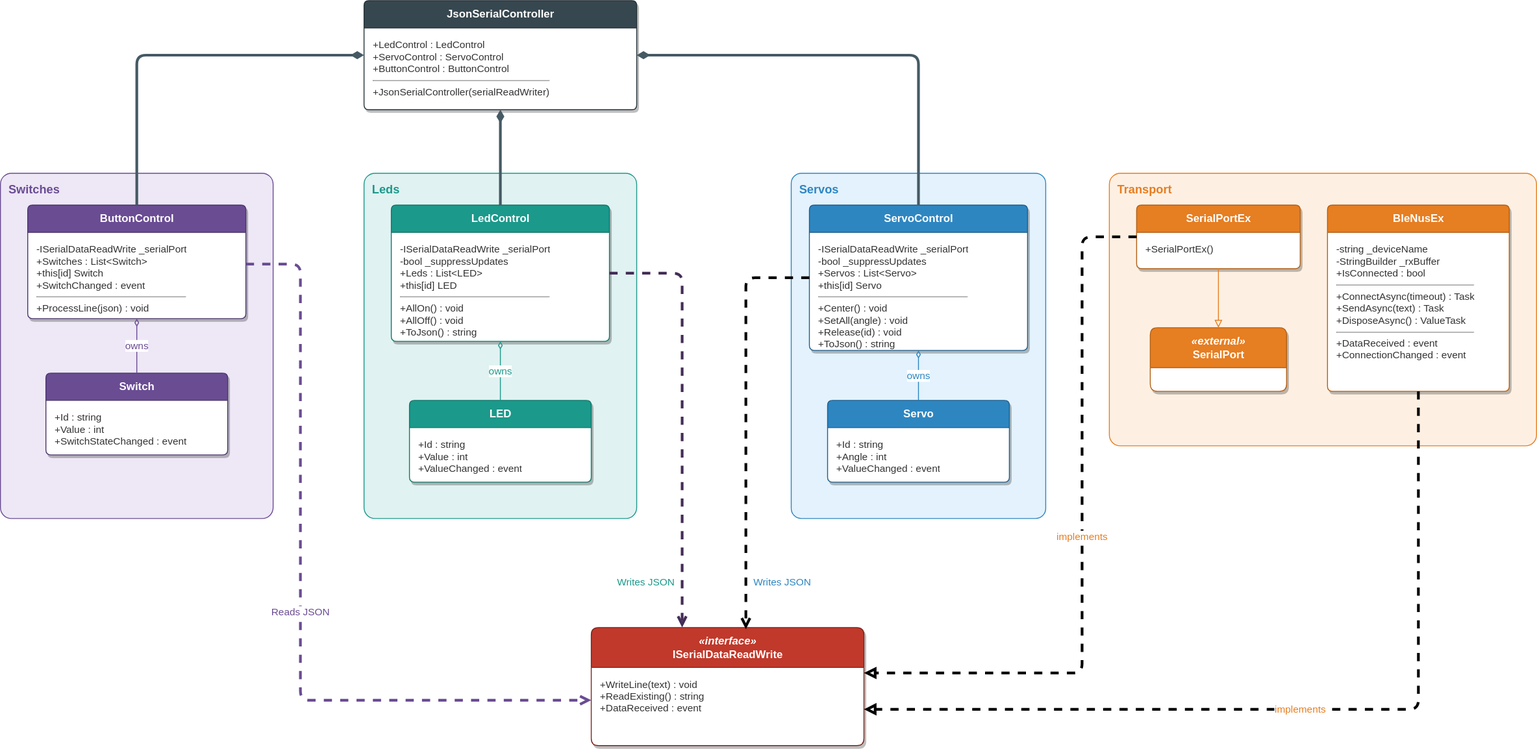
This is SerialLedBtnLibEx/Images/ClassDiagram.svg from rlangoy/PB1151vSnippets, a draw.io export, as it was before one commit. Source tidied: cells renumbered, new cells last; positions are measured from the earlier drawing's top-left corner, leaving out a move shared by most shapes.
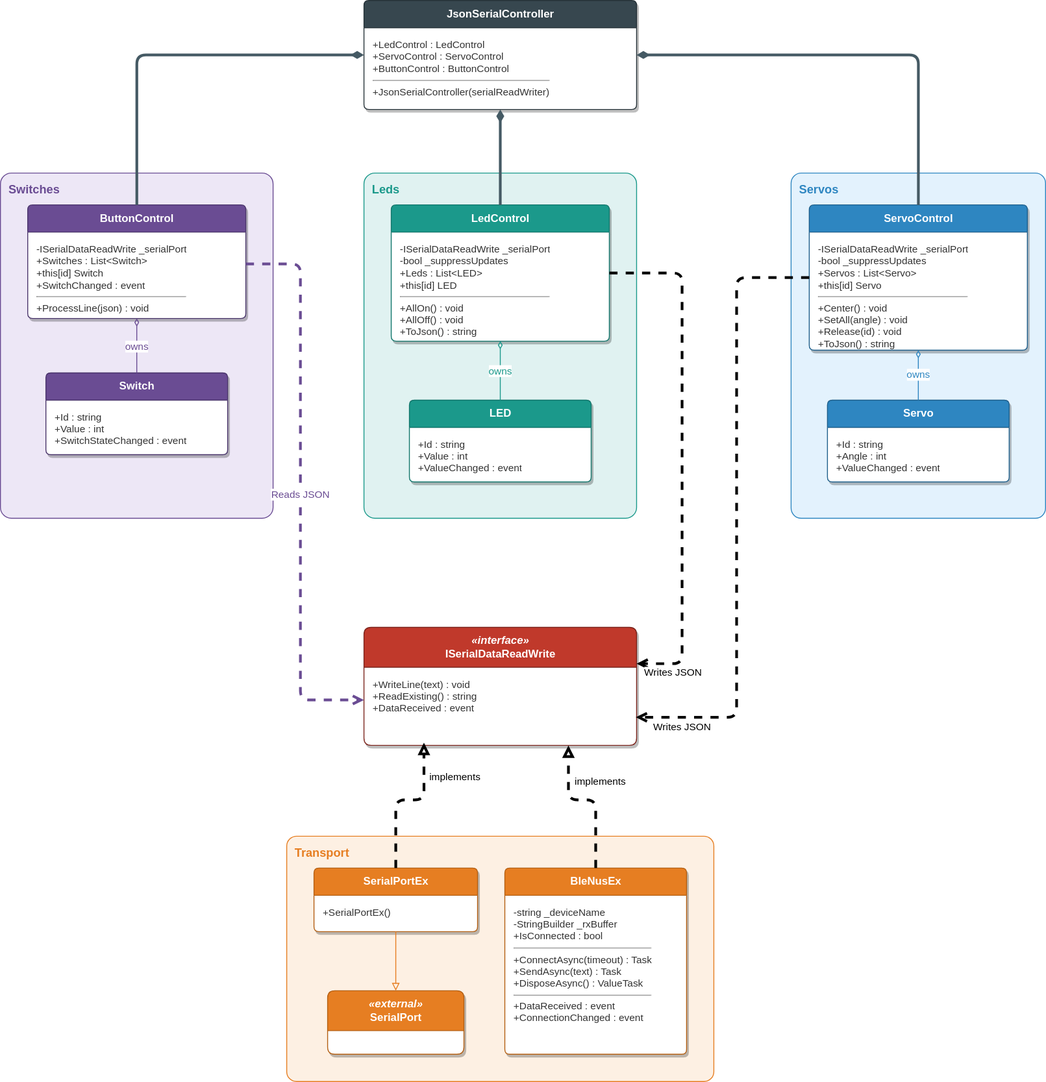
Later version of the same file.

Change to the diagram source:
```diff
@@ -12,7 +12,7 @@
       <mxGeometry x="870" y="190" width="280" height="380" as="geometry" />
     </mxCell>
     <mxCell id="5" value="&amp;nbsp; Transport" style="rounded=1;arcSize=4;html=1;verticalAlign=top;align=left;fontStyle=1;fontSize=13;fillColor=#FDF0E3;strokeColor=#E67E22;fontColor=#E67E22;dashed=0;spacingTop=4;" parent="1" vertex="1">
-      <mxGeometry x="1220" y="190" width="470" height="300" as="geometry" />
+      <mxGeometry x="315" y="920" width="470" height="270" as="geometry" />
     </mxCell>
     <mxCell id="6" value="JsonSerialController" style="swimlane;rounded=1;arcSize=6;html=1;startSize=30;fillColor=#37474F;strokeColor=#263238;fontColor=#ffffff;fontStyle=1;fontSize=12;align=center;verticalAlign=middle;swimlaneFillColor=#ffffff;shadow=1;" parent="1" vertex="1">
       <mxGeometry x="400" width="300" height="120" as="geometry" />
@@ -57,22 +57,22 @@
       <mxGeometry y="30" width="200" height="60" as="geometry" />
     </mxCell>
     <mxCell id="20" value="SerialPortEx" style="swimlane;rounded=1;arcSize=6;html=1;startSize=30;fillColor=#E67E22;strokeColor=#B35F13;fontColor=#ffffff;fontStyle=1;fontSize=12;align=center;verticalAlign=middle;swimlaneFillColor=#ffffff;shadow=1;" parent="1" vertex="1">
-      <mxGeometry x="1250" y="225" width="180" height="70" as="geometry" />
+      <mxGeometry x="345" y="955" width="180" height="70" as="geometry" />
     </mxCell>
     <mxCell id="21" value="+SerialPortEx()" style="text;html=1;whiteSpace=wrap;align=left;verticalAlign=top;spacingLeft=8;spacingTop=6;spacingRight=6;fillColor=none;strokeColor=none;fontColor=#333333;fontSize=11;overflow=hidden;" parent="20" vertex="1">
       <mxGeometry y="30" width="180" height="40" as="geometry" />
     </mxCell>
     <mxCell id="22" value="&lt;i&gt;«external»&lt;/i&gt;&lt;br&gt;SerialPort" style="swimlane;rounded=1;arcSize=6;html=1;startSize=44;fillColor=#E67E22;strokeColor=#B35F13;fontColor=#ffffff;fontStyle=1;fontSize=12;align=center;verticalAlign=middle;swimlaneFillColor=#ffffff;shadow=1;" parent="1" vertex="1">
-      <mxGeometry x="1265" y="360" width="150" height="70" as="geometry" />
+      <mxGeometry x="360" y="1090" width="150" height="70" as="geometry" />
     </mxCell>
     <mxCell id="23" value="BleNusEx" style="swimlane;rounded=1;arcSize=6;html=1;startSize=30;fillColor=#E67E22;strokeColor=#B35F13;fontColor=#ffffff;fontStyle=1;fontSize=12;align=center;verticalAlign=middle;swimlaneFillColor=#ffffff;shadow=1;" parent="1" vertex="1">
-      <mxGeometry x="1460" y="225" width="200" height="205" as="geometry" />
+      <mxGeometry x="555" y="955" width="200" height="205" as="geometry" />
     </mxCell>
     <mxCell id="24" value="-string _deviceName&lt;br&gt;-StringBuilder _rxBuffer&lt;br&gt;+IsConnected : bool&lt;hr size=&gt;+ConnectAsync(timeout) : Task&lt;br&gt;+SendAsync(text) : Task&lt;br&gt;+DisposeAsync() : ValueTask&lt;hr size=&gt;+DataReceived : event&lt;br&gt;+ConnectionChanged : event" style="text;html=1;whiteSpace=wrap;align=left;verticalAlign=top;spacingLeft=8;spacingTop=6;spacingRight=6;fillColor=none;strokeColor=none;fontColor=#333333;fontSize=11;overflow=hidden;" parent="23" vertex="1">
       <mxGeometry y="30" width="200" height="175" as="geometry" />
     </mxCell>
     <mxCell id="25" value="&lt;i&gt;«interface»&lt;/i&gt;&lt;br&gt;ISerialDataReadWrite" style="swimlane;rounded=1;arcSize=6;html=1;startSize=44;fillColor=#C0392B;strokeColor=#7B241C;fontColor=#ffffff;fontStyle=1;fontSize=12;align=center;verticalAlign=middle;swimlaneFillColor=#ffffff;shadow=1;" parent="1" vertex="1">
-      <mxGeometry x="650" y="690" width="300" height="130" as="geometry" />
+      <mxGeometry x="400" y="690" width="300" height="130" as="geometry" />
     </mxCell>
     <mxCell id="26" value="+WriteLine(text) : void&lt;br&gt;+ReadExisting() : string&lt;br&gt;+DataReceived : event" style="text;html=1;whiteSpace=wrap;align=left;verticalAlign=top;spacingLeft=8;spacingTop=6;spacingRight=6;fillColor=none;strokeColor=none;fontColor=#333333;fontSize=11;overflow=hidden;" parent="25" vertex="1">
       <mxGeometry y="44" width="300" height="86" as="geometry" />
@@ -103,33 +103,37 @@
         </Array>
       </mxGeometry>
     </mxCell>
-    <mxCell id="34" value="Writes JSON" style="endArrow=open;dashed=1;html=1;edgeStyle=orthogonalEdgeStyle;rounded=1;strokeColor=#432D57;fontColor=#1B998B;fillColor=#76608a;strokeWidth=3;" parent="1" edge="1" source="12" target="25">
-      <mxGeometry x="0.79" y="-40" relative="1" as="geometry">
+    <mxCell id="34" value="Writes JSON" style="endArrow=open;dashed=1;html=1;edgeStyle=orthogonalEdgeStyle;rounded=1;strokeColor=#000000;fontColor=#000000;fillColor=#76608a;strokeWidth=3;entryX=1;entryY=0.308;entryDx=0;entryDy=0;entryPerimeter=0;" parent="1" edge="1" source="12" target="25">
+      <mxGeometry x="0.86" y="10" relative="1" as="geometry">
         <Array as="points">
           <mxPoint x="750" y="300" />
+          <mxPoint x="750" y="730" />
         </Array>
       </mxGeometry>
     </mxCell>
-    <mxCell id="35" value="Writes JSON" style="endArrow=open;dashed=1;html=1;edgeStyle=orthogonalEdgeStyle;rounded=1;strokeColor=#050505;fontColor=#2E86C1;entryX=0.567;entryY=0.015;entryDx=0;entryDy=0;entryPerimeter=0;strokeWidth=3;" parent="1" edge="1" source="16" target="25">
-      <mxGeometry x="0.77" y="40" relative="1" as="geometry">
+    <mxCell id="35" value="Writes JSON" style="endArrow=open;dashed=1;html=1;edgeStyle=orthogonalEdgeStyle;rounded=1;strokeColor=#050505;fontColor=#000000;entryX=0.997;entryY=0.64;entryDx=0;entryDy=0;entryPerimeter=0;strokeWidth=3;" parent="1" edge="1" source="16" target="26">
+      <mxGeometry x="0.85" y="11" relative="1" as="geometry">
         <Array as="points">
-          <mxPoint x="820" y="305" />
+          <mxPoint x="810" y="305" />
+          <mxPoint x="810" y="789" />
         </Array>
       </mxGeometry>
     </mxCell>
-    <mxCell id="36" value="implements" style="endArrow=block;endFill=0;dashed=1;html=1;edgeStyle=orthogonalEdgeStyle;rounded=1;strokeColor=#000000;fontColor=#E67E22;strokeWidth=3;" parent="1" edge="1" source="20" target="25">
-      <mxGeometry relative="1" as="geometry">
+    <mxCell id="36" value="implements" style="endArrow=block;endFill=0;dashed=1;html=1;edgeStyle=orthogonalEdgeStyle;rounded=1;strokeColor=#000000;fontColor=#000000;strokeWidth=3;entryX=0.22;entryY=0.965;entryDx=0;entryDy=0;entryPerimeter=0;exitX=0.5;exitY=0;exitDx=0;exitDy=0;" parent="1" edge="1" source="20" target="26">
+      <mxGeometry x="0.55" y="-34" relative="1" as="geometry">
         <Array as="points">
-          <mxPoint x="1190" y="260" />
-          <mxPoint x="1190" y="740" />
+          <mxPoint x="435" y="880" />
+          <mxPoint x="466" y="880" />
         </Array>
       </mxGeometry>
     </mxCell>
-    <mxCell id="37" value="implements" style="endArrow=block;endFill=0;dashed=1;html=1;edgeStyle=orthogonalEdgeStyle;rounded=1;strokeColor=#000000;fontColor=#E67E22;strokeWidth=3;" parent="1" edge="1" source="23" target="25">
-      <mxGeometry relative="1" as="geometry">
+    <mxCell id="37" value="implements" style="endArrow=block;endFill=0;dashed=1;html=1;edgeStyle=orthogonalEdgeStyle;rounded=1;strokeColor=#000000;fontColor=#000000;strokeWidth=3;exitX=0.5;exitY=0;exitDx=0;exitDy=0;entryX=0.75;entryY=1;entryDx=0;entryDy=0;" parent="1" edge="1" source="23" target="26">
+      <mxGeometry x="-0.03" y="-22" relative="1" as="geometry">
         <Array as="points">
-          <mxPoint x="1560" y="780" />
+          <mxPoint x="655" y="880" />
+          <mxPoint x="625" y="880" />
         </Array>
+        <mxPoint x="10" y="2" as="offset" />
       </mxGeometry>
     </mxCell>
     <mxCell id="38" style="endArrow=block;endFill=0;html=1;edgeStyle=orthogonalEdgeStyle;rounded=1;strokeColor=#E67E22;" parent="1" edge="1" source="20" target="22">
```
